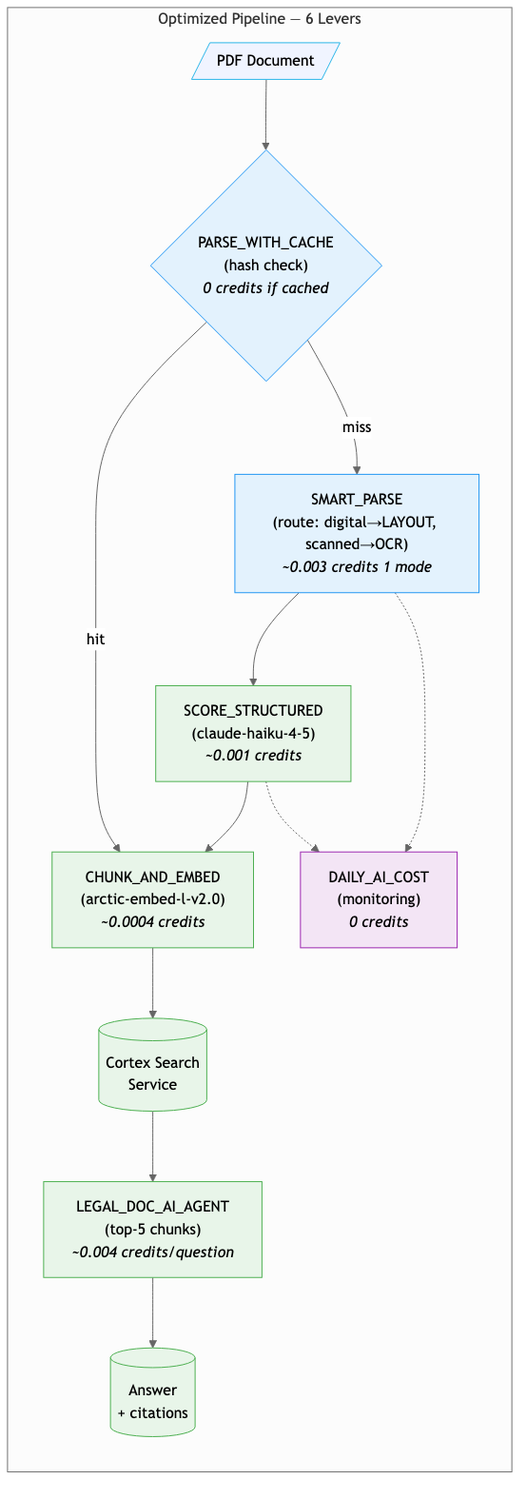
sfc-gh-jkang/legal-doc-ai-demo keeps this Mermaid diagram as docs/architecture-optimized.png. Above is the earlier version. Its source is kept beside it as docs/architecture-optimized.mmd.
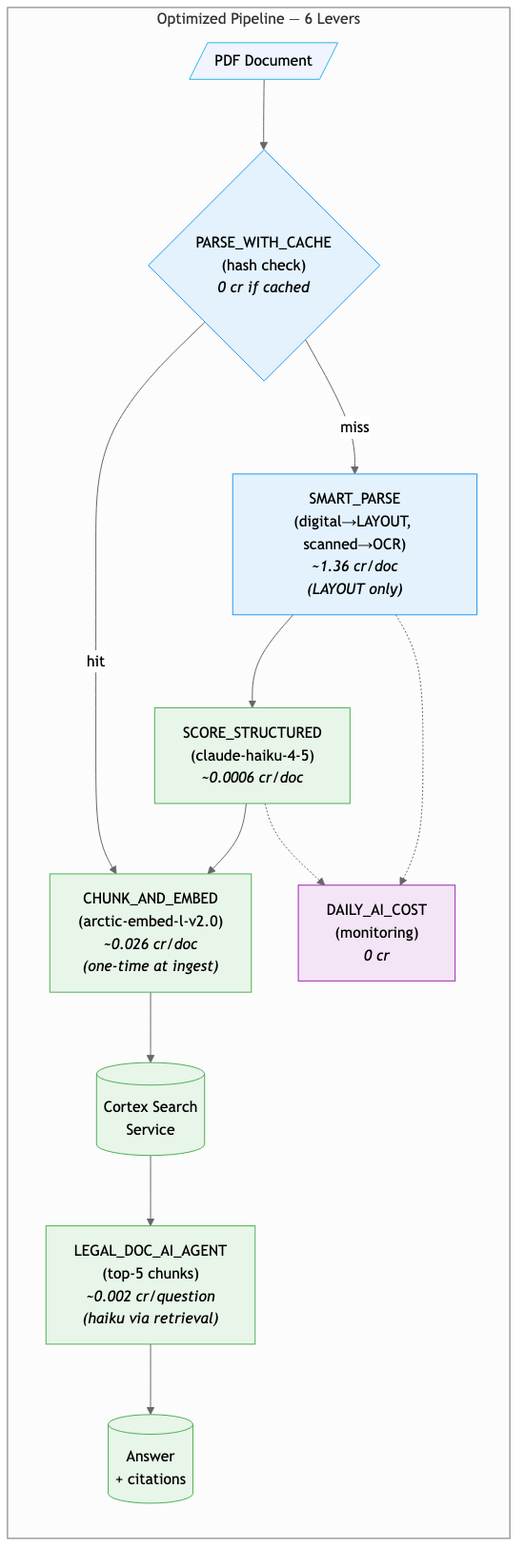
After the change.

Commit message:
fix(diagrams): replace illustrative credit values with measured numbers

Change to the diagram source:
```diff
@@ -2,14 +2,14 @@
 graph LR
     subgraph "Optimized Pipeline — 6 Levers"
         PDF2[/"PDF Document"/]
-        CACHE{"PARSE_WITH_CACHE<br/>(hash check)<br/><i>0 credits if cached</i>"}
-        ROUTE["SMART_PARSE<br/>(route: digital→LAYOUT, scanned→OCR)<br/><i>~0.003 credits 1 mode</i>"]
-        HAIKU["SCORE_STRUCTURED<br/>(claude-haiku-4-5)<br/><i>~0.001 credits</i>"]
-        EMBED["CHUNK_AND_EMBED<br/>(arctic-embed-l-v2.0)<br/><i>~0.0004 credits</i>"]
+        CACHE{"PARSE_WITH_CACHE<br/>(hash check)<br/><i>0 cr if cached</i>"}
+        ROUTE["SMART_PARSE<br/>(digital→LAYOUT, scanned→OCR)<br/><i>~1.36 cr/doc<br/>(LAYOUT only)</i>"]
+        HAIKU["SCORE_STRUCTURED<br/>(claude-haiku-4-5)<br/><i>~0.0006 cr/doc</i>"]
+        EMBED["CHUNK_AND_EMBED<br/>(arctic-embed-l-v2.0)<br/><i>~0.026 cr/doc<br/>(one-time at ingest)</i>"]
         SEARCH[("Cortex Search<br/>Service")]
-        AGENT["LEGAL_DOC_AI_AGENT<br/>(top-5 chunks)<br/><i>~0.004 credits/question</i>"]
+        AGENT["LEGAL_DOC_AI_AGENT<br/>(top-5 chunks)<br/><i>~0.002 cr/question<br/>(haiku via retrieval)</i>"]
         ANSWER2[("Answer<br/>+ citations")]
-        TELEMETRY["DAILY_AI_COST<br/>(monitoring)<br/><i>0 credits</i>"]
+        TELEMETRY["DAILY_AI_COST<br/>(monitoring)<br/><i>0 cr</i>"]
 
         PDF2 --> CACHE
         CACHE -->|miss| ROUTE
```
